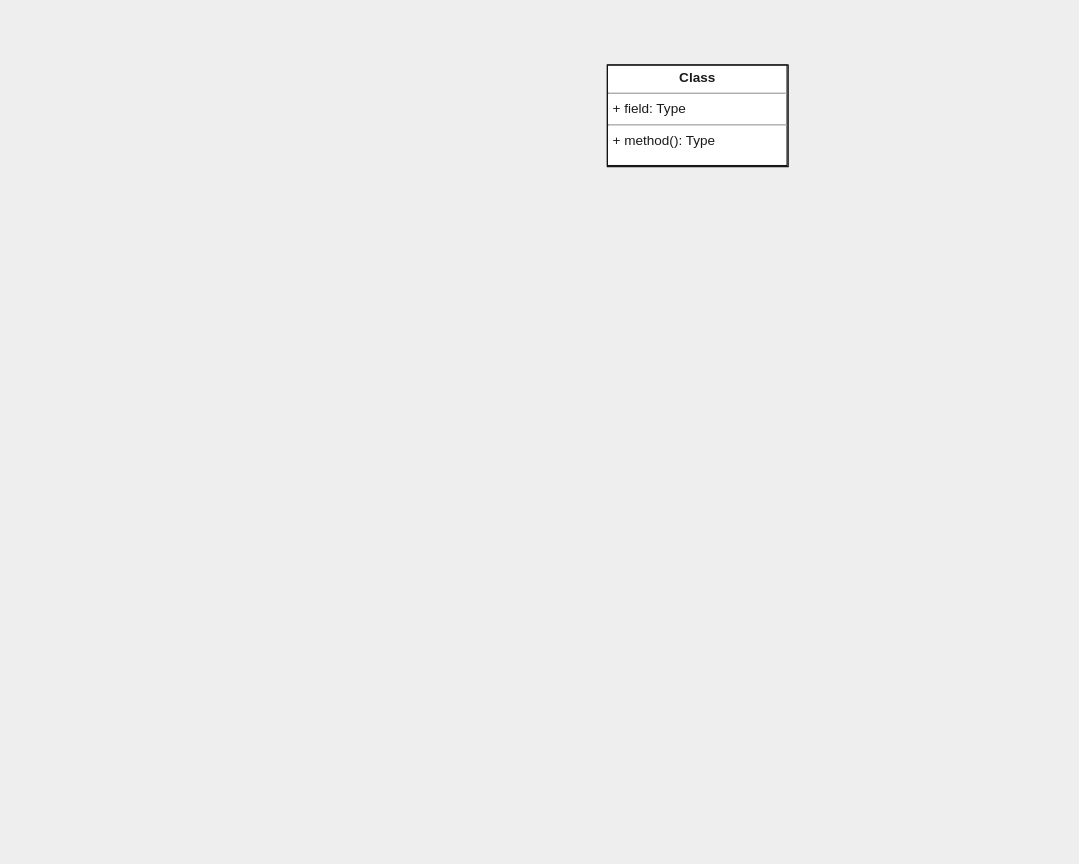
446f6e6e79/ConfiguratoreAuto keeps this draw.io diagram as doc/UMLdiagram.drawio. Above is the earlier version. Source tidied: cells renumbered, new cells numbered last; positions are measured from the earlier drawing's top-left corner, leaving out a move shared by most shapes. Both pictures are drawn from the tidied source at 113%, with x=0, y=0 at pixel (607, 64).
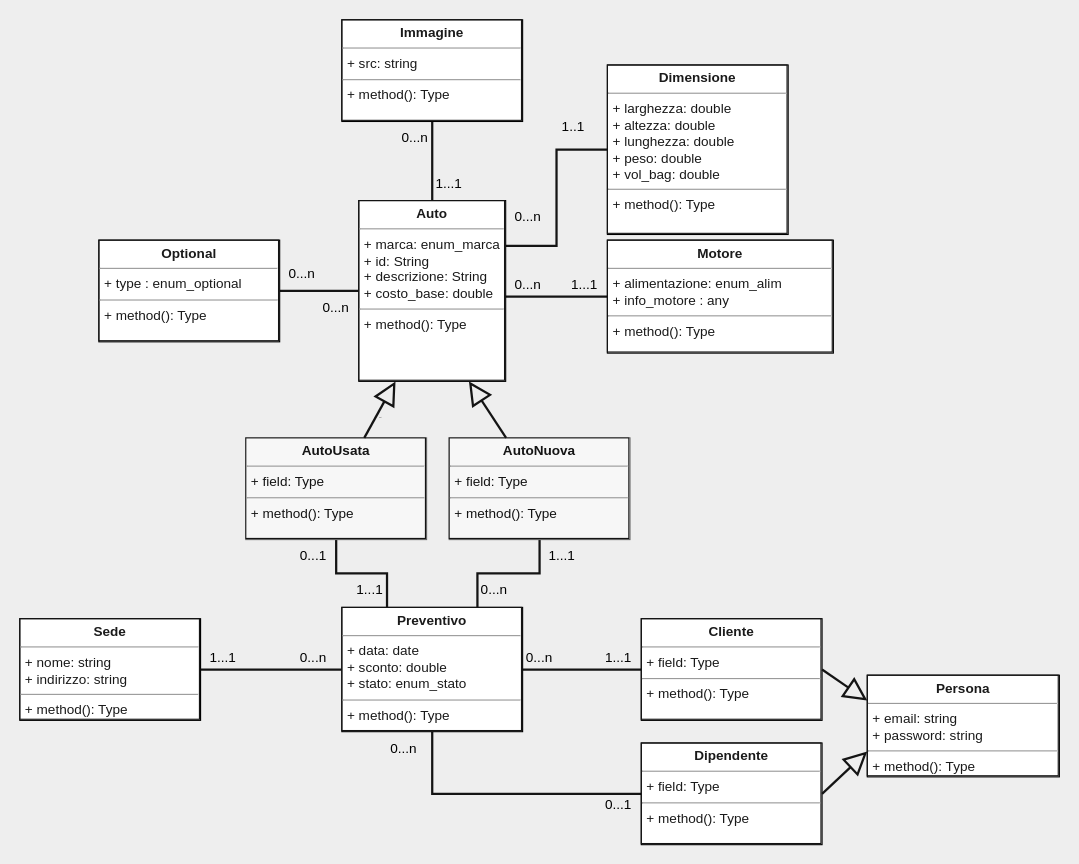
After the change.

Change to the diagram source:
```diff
@@
-    <mxCell id="2" value="&lt;p style=&quot;margin:0px;margin-top:4px;text-align:center;&quot;&gt;&lt;b&gt;Class&lt;/b&gt;&lt;/p&gt;&lt;hr size=&quot;1&quot;&gt;&lt;p style=&quot;margin:0px;margin-left:4px;&quot;&gt;+ field: Type&lt;/p&gt;&lt;hr size=&quot;1&quot;&gt;&lt;p style=&quot;margin:0px;margin-left:4px;&quot;&gt;+ method(): Type&lt;/p&gt;" style="verticalAlign=top;align=left;overflow=fill;fontSize=12;fontFamily=Helvetica;html=1;labelBorderColor=#141414;fillColor=#FFFFFF;strokeColor=default;fontColor=#1A1A1A;rounded=0;" parent="1" vertex="1">
-      <mxGeometry width="160" height="90" as="geometry" />
+    <mxCell id="2" value="&lt;p style=&quot;margin:0px;margin-top:4px;text-align:center;&quot;&gt;&lt;b&gt;Dimensione&lt;/b&gt;&lt;/p&gt;&lt;hr size=&quot;1&quot;&gt;&lt;p style=&quot;margin:0px;margin-left:4px;&quot;&gt;+ larghezza: double&lt;/p&gt;&lt;p style=&quot;margin:0px;margin-left:4px;&quot;&gt;+ altezza: double&lt;/p&gt;&lt;p style=&quot;margin:0px;margin-left:4px;&quot;&gt;+ lunghezza: double&lt;/p&gt;&lt;p style=&quot;margin:0px;margin-left:4px;&quot;&gt;+ peso: double&lt;/p&gt;&lt;p style=&quot;margin:0px;margin-left:4px;&quot;&gt;+ vol_bag: double&lt;/p&gt;&lt;hr size=&quot;1&quot;&gt;&lt;p style=&quot;margin:0px;margin-left:4px;&quot;&gt;+ method(): Type&lt;/p&gt;" style="verticalAlign=top;align=left;overflow=fill;fontSize=12;fontFamily=Helvetica;html=1;labelBorderColor=#141414;fillColor=#FFFFFF;strokeColor=default;fontColor=#1A1A1A;rounded=0;" parent="1" vertex="1">
+      <mxGeometry width="160" height="150" as="geometry" />
     </mxCell>
+    <mxCell id="3" style="edgeStyle=orthogonalEdgeStyle;rounded=0;jettySize=auto;html=1;strokeColor=#141414;strokeWidth=2;endArrow=none;endFill=0;" parent="1" edge="1" source="4" target="9">
+      <mxGeometry relative="1" as="geometry" />
+    </mxCell>
+    <mxCell id="4" value="&lt;p style=&quot;margin:0px;margin-top:4px;text-align:center;&quot;&gt;&lt;b&gt;Optional&lt;/b&gt;&lt;/p&gt;&lt;hr size=&quot;1&quot;&gt;&lt;p style=&quot;margin:0px;margin-left:4px;&quot;&gt;+ type : enum_optional&lt;/p&gt;&lt;hr size=&quot;1&quot;&gt;&lt;p style=&quot;margin:0px;margin-left:4px;&quot;&gt;+ method(): Type&lt;/p&gt;" style="verticalAlign=top;align=left;overflow=fill;fontSize=12;fontFamily=Helvetica;html=1;labelBorderColor=#141414;fillColor=#FFFFFF;strokeColor=default;fontColor=#1A1A1A;rounded=0;" parent="1" vertex="1">
+      <mxGeometry x="-450" y="155" width="160" height="90" as="geometry" />
+    </mxCell>
+    <mxCell id="5" style="edgeStyle=orthogonalEdgeStyle;rounded=0;jettySize=auto;html=1;strokeColor=#141414;strokeWidth=2;endArrow=none;endFill=0;exitX=0;exitY=0.5;exitDx=0;exitDy=0;" parent="1" edge="1" source="6">
+      <mxGeometry relative="1" as="geometry">
+        <mxPoint x="-100" y="205" as="targetPoint" />
+      </mxGeometry>
+    </mxCell>
+    <mxCell id="6" value="&lt;p style=&quot;margin:0px;margin-top:4px;text-align:center;&quot;&gt;&lt;b&gt;Motore&lt;/b&gt;&lt;/p&gt;&lt;hr size=&quot;1&quot;&gt;&lt;p style=&quot;margin:0px;margin-left:4px;&quot;&gt;+ alimentazione: enum_alim&lt;/p&gt;&lt;p style=&quot;margin:0px;margin-left:4px;&quot;&gt;+ info_motore : any&lt;/p&gt;&lt;hr size=&quot;1&quot;&gt;&lt;p style=&quot;margin:0px;margin-left:4px;&quot;&gt;+ method(): Type&lt;/p&gt;" style="verticalAlign=top;align=left;overflow=fill;fontSize=12;fontFamily=Helvetica;html=1;labelBorderColor=#141414;fillColor=#FFFFFF;strokeColor=default;fontColor=#1A1A1A;rounded=0;" parent="1" vertex="1">
+      <mxGeometry y="155" width="200" height="100" as="geometry" />
+    </mxCell>
+    <mxCell id="7" style="edgeStyle=orthogonalEdgeStyle;rounded=0;jettySize=auto;html=1;exitX=1;exitY=0.25;exitDx=0;exitDy=0;entryX=0;entryY=0.5;entryDx=0;entryDy=0;strokeColor=#141414;strokeWidth=2;endArrow=none;endFill=0;" parent="1" edge="1" source="9" target="2">
+      <mxGeometry relative="1" as="geometry" />
+    </mxCell>
+    <mxCell id="8" style="edgeStyle=orthogonalEdgeStyle;rounded=0;jettySize=auto;html=1;entryX=0.5;entryY=1;entryDx=0;entryDy=0;strokeColor=#141414;strokeWidth=2;endArrow=none;endFill=0;" parent="1" edge="1" source="9" target="10">
+      <mxGeometry relative="1" as="geometry" />
+    </mxCell>
+    <mxCell id="9" value="&lt;p style=&quot;margin:0px;margin-top:4px;text-align:center;&quot;&gt;&lt;b&gt;Auto&lt;/b&gt;&lt;/p&gt;&lt;hr size=&quot;1&quot;&gt;&lt;p style=&quot;margin:0px;margin-left:4px;&quot;&gt;+ marca: enum_marca&lt;/p&gt;&lt;p style=&quot;margin:0px;margin-left:4px;&quot;&gt;+ id: String&lt;/p&gt;&lt;p style=&quot;margin:0px;margin-left:4px;&quot;&gt;+ descrizione: String&lt;/p&gt;&lt;p style=&quot;margin:0px;margin-left:4px;&quot;&gt;+ costo_base: double&lt;/p&gt;&lt;hr size=&quot;1&quot;&gt;&lt;p style=&quot;margin:0px;margin-left:4px;&quot;&gt;+ method(): Type&lt;/p&gt;" style="verticalAlign=top;align=left;overflow=fill;fontSize=12;fontFamily=Helvetica;html=1;labelBorderColor=#141414;fillColor=#FFFFFF;strokeColor=default;fontColor=#1A1A1A;rounded=0;" parent="1" vertex="1">
+      <mxGeometry x="-220" y="120" width="130" height="160" as="geometry" />
+    </mxCell>
+    <mxCell id="10" value="&lt;p style=&quot;margin:0px;margin-top:4px;text-align:center;&quot;&gt;&lt;b&gt;Immagine&lt;/b&gt;&lt;/p&gt;&lt;hr size=&quot;1&quot;&gt;&lt;p style=&quot;margin:0px;margin-left:4px;&quot;&gt;+ src&lt;span style=&quot;background-color: initial;&quot;&gt;: string&lt;/span&gt;&lt;/p&gt;&lt;hr size=&quot;1&quot;&gt;&lt;p style=&quot;margin:0px;margin-left:4px;&quot;&gt;+ method(): Type&lt;/p&gt;" style="verticalAlign=top;align=left;overflow=fill;fontSize=12;fontFamily=Helvetica;html=1;labelBorderColor=#141414;fillColor=#FFFFFF;strokeColor=default;fontColor=#1A1A1A;rounded=0;" parent="1" vertex="1">
+      <mxGeometry x="-235" y="-40" width="160" height="90" as="geometry" />
+    </mxCell>
+    <mxCell id="11" value="&lt;p style=&quot;margin:0px;margin-top:4px;text-align:center;&quot;&gt;&lt;b&gt;Sede&lt;/b&gt;&lt;/p&gt;&lt;hr size=&quot;1&quot;&gt;&lt;p style=&quot;margin:0px;margin-left:4px;&quot;&gt;+ nome: string&lt;/p&gt;&lt;p style=&quot;margin:0px;margin-left:4px;&quot;&gt;+ indirizzo: string&lt;/p&gt;&lt;hr size=&quot;1&quot;&gt;&lt;p style=&quot;margin:0px;margin-left:4px;&quot;&gt;+ method(): Type&lt;/p&gt;" style="verticalAlign=top;align=left;overflow=fill;fontSize=12;fontFamily=Helvetica;html=1;labelBorderColor=#141414;fillColor=#FFFFFF;strokeColor=default;fontColor=#1A1A1A;rounded=0;" parent="1" vertex="1">
+      <mxGeometry x="-520" y="490" width="160" height="90" as="geometry" />
+    </mxCell>
+    <mxCell id="12" style="edgeStyle=orthogonalEdgeStyle;rounded=0;jettySize=auto;html=1;exitX=1;exitY=0.5;exitDx=0;exitDy=0;strokeColor=#141414;strokeWidth=2;endArrow=none;endFill=0;" parent="1" edge="1" source="15" target="16">
+      <mxGeometry relative="1" as="geometry" />
+    </mxCell>
+    <mxCell id="13" style="edgeStyle=orthogonalEdgeStyle;rounded=0;jettySize=auto;html=1;exitX=0;exitY=0.5;exitDx=0;exitDy=0;entryX=1;entryY=0.5;entryDx=0;entryDy=0;strokeColor=#141414;strokeWidth=2;endArrow=none;endFill=0;" parent="1" edge="1" source="15" target="11">
+      <mxGeometry relative="1" as="geometry" />
+    </mxCell>
+    <mxCell id="14" style="edgeStyle=orthogonalEdgeStyle;rounded=0;jettySize=auto;html=0;exitX=0.5;exitY=1;exitDx=0;exitDy=0;entryX=0;entryY=0.5;entryDx=0;entryDy=0;labelBackgroundColor=none;strokeColor=#141414;strokeWidth=2;fontSize=1;fontColor=none;endArrow=none;endFill=0;" parent="1" edge="1" source="15" target="37">
+      <mxGeometry relative="1" as="geometry" />
+    </mxCell>
+    <mxCell id="15" value="&lt;p style=&quot;margin:0px;margin-top:4px;text-align:center;&quot;&gt;&lt;b&gt;Preventivo&lt;/b&gt;&lt;/p&gt;&lt;hr size=&quot;1&quot;&gt;&lt;p style=&quot;margin:0px;margin-left:4px;&quot;&gt;+ data&lt;span style=&quot;background-color: initial;&quot;&gt;: date&lt;/span&gt;&lt;/p&gt;&lt;p style=&quot;margin:0px;margin-left:4px;&quot;&gt;&lt;span style=&quot;background-color: initial;&quot;&gt;+ sconto: double&lt;/span&gt;&lt;/p&gt;&lt;p style=&quot;margin:0px;margin-left:4px;&quot;&gt;&lt;span style=&quot;background-color: initial;&quot;&gt;+ stato: enum_stato&lt;/span&gt;&lt;/p&gt;&lt;hr size=&quot;1&quot;&gt;&lt;p style=&quot;margin:0px;margin-left:4px;&quot;&gt;+ method(): Type&lt;/p&gt;" style="verticalAlign=top;align=left;overflow=fill;fontSize=12;fontFamily=Helvetica;html=1;labelBorderColor=#141414;fillColor=#FFFFFF;strokeColor=default;fontColor=#1A1A1A;rounded=0;" parent="1" vertex="1">
+      <mxGeometry x="-235" y="480" width="160" height="110" as="geometry" />
+    </mxCell>
+    <mxCell id="16" value="&lt;p style=&quot;margin:0px;margin-top:4px;text-align:center;&quot;&gt;&lt;b&gt;Cliente&lt;/b&gt;&lt;/p&gt;&lt;hr size=&quot;1&quot;&gt;&lt;p style=&quot;margin:0px;margin-left:4px;&quot;&gt;+ field: Type&lt;/p&gt;&lt;hr size=&quot;1&quot;&gt;&lt;p style=&quot;margin:0px;margin-left:4px;&quot;&gt;+ method(): Type&lt;/p&gt;" style="verticalAlign=top;align=left;overflow=fill;fontSize=12;fontFamily=Helvetica;html=1;labelBorderColor=#141414;fillColor=#FFFFFF;strokeColor=default;fontColor=#1A1A1A;rounded=0;" parent="1" vertex="1">
+      <mxGeometry x="30" y="490" width="160" height="90" as="geometry" />
+    </mxCell>
+    <mxCell id="17" value="0...n" style="text;html=1;align=center;verticalAlign=middle;whiteSpace=wrap;rounded=0;fontColor=#000000;" parent="1" vertex="1">
+      <mxGeometry x="-300" y="170" width="60" height="30" as="geometry" />
+    </mxCell>
+    <mxCell id="18" value="0...n" style="text;html=1;align=center;verticalAlign=middle;whiteSpace=wrap;rounded=0;fontColor=#000000;" parent="1" vertex="1">
+      <mxGeometry x="-270" y="200" width="60" height="30" as="geometry" />
+    </mxCell>
+    <mxCell id="19" value="0...n" style="text;html=1;align=center;verticalAlign=middle;whiteSpace=wrap;rounded=0;fontColor=#000000;" parent="1" vertex="1">
+      <mxGeometry x="-100" y="180" width="60" height="30" as="geometry" />
+    </mxCell>
+    <mxCell id="20" value="1...1" style="text;html=1;align=center;verticalAlign=middle;whiteSpace=wrap;rounded=0;fontColor=#000000;" parent="1" vertex="1">
+      <mxGeometry x="-50" y="180" width="60" height="30" as="geometry" />
+    </mxCell>
+    <mxCell id="21" value="0...n" style="text;html=1;align=center;verticalAlign=middle;whiteSpace=wrap;rounded=0;fontColor=#000000;" parent="1" vertex="1">
+      <mxGeometry x="-100" y="120" width="60" height="30" as="geometry" />
+    </mxCell>
+    <mxCell id="22" value="&lt;div style=&quot;text-align: center;&quot;&gt;&lt;span style=&quot;text-align: start; background-color: initial;&quot;&gt;1..1&lt;/span&gt;&lt;/div&gt;" style="text;html=1;align=center;verticalAlign=middle;whiteSpace=wrap;rounded=0;fontColor=#000000;" parent="1" vertex="1">
+      <mxGeometry x="-60" y="40" width="60" height="30" as="geometry" />
+    </mxCell>
+    <mxCell id="23" value="0...n" style="text;html=1;align=center;verticalAlign=middle;whiteSpace=wrap;rounded=0;fontColor=#000000;" parent="1" vertex="1">
+      <mxGeometry x="-200" y="50" width="60" height="30" as="geometry" />
+    </mxCell>
+    <mxCell id="24" value="1...1" style="text;html=1;align=center;verticalAlign=middle;whiteSpace=wrap;rounded=0;fontColor=#000000;" parent="1" vertex="1">
+      <mxGeometry x="-170" y="90" width="60" height="30" as="geometry" />
+    </mxCell>
+    <mxCell id="25" style="edgeStyle=orthogonalEdgeStyle;rounded=0;jettySize=auto;html=0;exitX=0.5;exitY=1;exitDx=0;exitDy=0;labelBackgroundColor=none;strokeColor=#141414;strokeWidth=2;fontSize=1;fontColor=none;endArrow=none;endFill=0;entryX=0.25;entryY=0;entryDx=0;entryDy=0;" parent="1" edge="1" source="26" target="15">
+      <mxGeometry relative="1" as="geometry" />
+    </mxCell>
+    <mxCell id="26" value="&lt;p style=&quot;margin:0px;margin-top:4px;text-align:center;&quot;&gt;&lt;b&gt;AutoUsata&lt;/b&gt;&lt;/p&gt;&lt;hr size=&quot;1&quot;&gt;&lt;p style=&quot;margin:0px;margin-left:4px;&quot;&gt;+ field: Type&lt;/p&gt;&lt;hr size=&quot;1&quot;&gt;&lt;p style=&quot;margin:0px;margin-left:4px;&quot;&gt;+ method(): Type&lt;/p&gt;" style="verticalAlign=top;align=left;overflow=fill;fontSize=12;fontFamily=Helvetica;html=1;labelBorderColor=#141414;fillColor=#f5f5f5;gradientColor=#b3b3b3;strokeColor=#666666;labelBackgroundColor=#F7F7F7;fontColor=#141414;" parent="1" vertex="1">
+      <mxGeometry x="-320" y="330" width="160" height="90" as="geometry" />
+    </mxCell>
+    <mxCell id="27" style="edgeStyle=orthogonalEdgeStyle;rounded=0;jettySize=auto;html=0;exitX=0.5;exitY=1;exitDx=0;exitDy=0;entryX=0.75;entryY=0;entryDx=0;entryDy=0;labelBackgroundColor=none;strokeColor=#141414;strokeWidth=2;fontSize=1;fontColor=none;endArrow=none;endFill=0;" parent="1" edge="1" source="28" target="15">
+      <mxGeometry relative="1" as="geometry" />
+    </mxCell>
+    <mxCell id="28" value="&lt;p style=&quot;margin:0px;margin-top:4px;text-align:center;&quot;&gt;&lt;b&gt;AutoNuova&lt;/b&gt;&lt;/p&gt;&lt;hr size=&quot;1&quot;&gt;&lt;p style=&quot;margin:0px;margin-left:4px;&quot;&gt;+ field: Type&lt;/p&gt;&lt;hr size=&quot;1&quot;&gt;&lt;p style=&quot;margin:0px;margin-left:4px;&quot;&gt;+ method(): Type&lt;/p&gt;" style="verticalAlign=top;align=left;overflow=fill;fontSize=12;fontFamily=Helvetica;html=1;labelBorderColor=#141414;fillColor=#f5f5f5;gradientColor=#b3b3b3;strokeColor=#666666;labelBackgroundColor=#F7F7F7;fontColor=#141414;" parent="1" vertex="1">
+      <mxGeometry x="-140" y="330" width="160" height="90" as="geometry" />
+    </mxCell>
+    <mxCell id="29" value="Extends" style="endArrow=block;endSize=16;endFill=0;rounded=0;strokeColor=#141414;strokeWidth=2;fontColor=none;labelBackgroundColor=none;noLabel=1;fontSize=1;entryX=0.25;entryY=1;entryDx=0;entryDy=0;" parent="1" edge="1" source="26" target="9">
+      <mxGeometry relative="1" as="geometry" />
+    </mxCell>
+    <mxCell id="30" value="Text" style="edgeLabel;html=1;align=center;verticalAlign=middle;fontSize=1;fontColor=none;" parent="29" vertex="1">
+      <mxGeometry x="-0.2" y="-3" relative="1" as="geometry" />
+    </mxCell>
+    <mxCell id="31" value="Extends" style="endArrow=block;endSize=16;endFill=0;rounded=0;strokeColor=#141414;strokeWidth=2;fontColor=none;labelBackgroundColor=none;noLabel=1;fontSize=1;entryX=0.75;entryY=1;entryDx=0;entryDy=0;" parent="1" edge="1" source="28" target="9">
+      <mxGeometry relative="1" as="geometry" />
+    </mxCell>
+    <mxCell id="32" value="0...1" style="text;html=1;align=center;verticalAlign=middle;whiteSpace=wrap;rounded=0;fontColor=#000000;" parent="1" vertex="1">
+      <mxGeometry x="-290" y="420" width="60" height="30" as="geometry" />
+    </mxCell>
+    <mxCell id="33" value="1...1" style="text;html=1;align=center;verticalAlign=middle;whiteSpace=wrap;rounded=0;fontColor=#000000;" parent="1" vertex="1">
+      <mxGeometry x="-70" y="420" width="60" height="30" as="geometry" />
+    </mxCell>
+    <mxCell id="34" value="0...n" style="text;html=1;align=center;verticalAlign=middle;whiteSpace=wrap;rounded=0;fontColor=#000000;" parent="1" vertex="1">
+      <mxGeometry x="-130" y="450" width="60" height="30" as="geometry" />
+    </mxCell>
+    <mxCell id="35" value="1...1" style="text;html=1;align=center;verticalAlign=middle;whiteSpace=wrap;rounded=0;fontColor=#000000;" parent="1" vertex="1">
+      <mxGeometry x="-240" y="450" width="60" height="30" as="geometry" />
+    </mxCell>
+    <mxCell id="36" value="&lt;p style=&quot;margin:0px;margin-top:4px;text-align:center;&quot;&gt;&lt;b&gt;Persona&lt;/b&gt;&lt;/p&gt;&lt;hr size=&quot;1&quot;&gt;&lt;p style=&quot;margin:0px;margin-left:4px;&quot;&gt;+ email: string&lt;/p&gt;&lt;p style=&quot;margin:0px;margin-left:4px;&quot;&gt;+ password: string&lt;/p&gt;&lt;hr size=&quot;1&quot;&gt;&lt;p style=&quot;margin:0px;margin-left:4px;&quot;&gt;+ method(): Type&lt;/p&gt;" style="verticalAlign=top;align=left;overflow=fill;fontSize=12;fontFamily=Helvetica;html=1;labelBorderColor=#141414;fillColor=#FFFFFF;strokeColor=default;fontColor=#1A1A1A;rounded=0;" parent="1" vertex="1">
+      <mxGeometry x="230" y="540" width="170" height="90" as="geometry" />
+    </mxCell>
+    <mxCell id="37" value="&lt;p style=&quot;margin:0px;margin-top:4px;text-align:center;&quot;&gt;&lt;b&gt;Dipendente&lt;/b&gt;&lt;/p&gt;&lt;hr size=&quot;1&quot;&gt;&lt;p style=&quot;margin:0px;margin-left:4px;&quot;&gt;+ field: Type&lt;/p&gt;&lt;hr size=&quot;1&quot;&gt;&lt;p style=&quot;margin:0px;margin-left:4px;&quot;&gt;+ method(): Type&lt;/p&gt;" style="verticalAlign=top;align=left;overflow=fill;fontSize=12;fontFamily=Helvetica;html=1;labelBorderColor=#141414;fillColor=#FFFFFF;strokeColor=default;fontColor=#1A1A1A;rounded=0;" parent="1" vertex="1">
+      <mxGeometry x="30" y="600" width="160" height="90" as="geometry" />
+    </mxCell>
+    <mxCell id="38" value="Extends" style="endArrow=block;endSize=16;endFill=0;rounded=0;strokeColor=#141414;strokeWidth=2;fontColor=none;labelBackgroundColor=none;noLabel=1;fontSize=1;entryX=0;entryY=0.25;entryDx=0;entryDy=0;exitX=1;exitY=0.5;exitDx=0;exitDy=0;" parent="1" edge="1" source="16" target="36">
+      <mxGeometry relative="1" as="geometry" />
+    </mxCell>
+    <mxCell id="39" value="Extends" style="endArrow=block;endSize=16;endFill=0;rounded=0;strokeColor=#141414;strokeWidth=2;fontColor=none;labelBackgroundColor=none;noLabel=1;fontSize=1;entryX=0;entryY=0.75;entryDx=0;entryDy=0;exitX=1;exitY=0.5;exitDx=0;exitDy=0;" parent="1" edge="1" source="37" target="36">
+      <mxGeometry relative="1" as="geometry" />
+    </mxCell>
+    <mxCell id="40" value="1...1" style="text;html=1;align=center;verticalAlign=middle;whiteSpace=wrap;rounded=0;fontColor=#000000;" parent="1" vertex="1">
+      <mxGeometry x="-370" y="510" width="60" height="30" as="geometry" />
+    </mxCell>
+    <mxCell id="41" value="0...n" style="text;html=1;align=center;verticalAlign=middle;whiteSpace=wrap;rounded=0;fontColor=#000000;" parent="1" vertex="1">
+      <mxGeometry x="-290" y="510" width="60" height="30" as="geometry" />
+    </mxCell>
+    <mxCell id="42" value="1...1" style="text;html=1;align=center;verticalAlign=middle;whiteSpace=wrap;rounded=0;fontColor=#000000;" parent="1" vertex="1">
+      <mxGeometry x="-20" y="510" width="60" height="30" as="geometry" />
+    </mxCell>
+    <mxCell id="43" value="0...n" style="text;html=1;align=center;verticalAlign=middle;whiteSpace=wrap;rounded=0;fontColor=#000000;" parent="1" vertex="1">
+      <mxGeometry x="-90" y="510" width="60" height="30" as="geometry" />
+    </mxCell>
+    <mxCell id="44" value="0...n" style="text;html=1;align=center;verticalAlign=middle;whiteSpace=wrap;rounded=0;fontColor=#000000;" parent="1" vertex="1">
+      <mxGeometry x="-210" y="590" width="60" height="30" as="geometry" />
+    </mxCell>
+    <mxCell id="45" value="0...1" style="text;html=1;align=center;verticalAlign=middle;whiteSpace=wrap;rounded=0;fontColor=#000000;" parent="1" vertex="1">
+      <mxGeometry x="-20" y="640" width="60" height="30" as="geometry" />
+    </mxCell>
```
